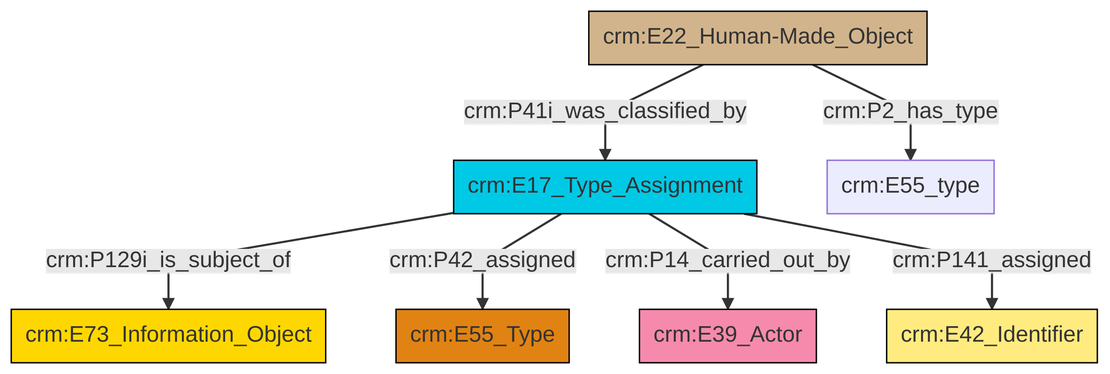
This is et/builtWorkCSV/ttl/mmd/png/Built_Work_designation_status.png from swiss-art-research-net/reference-data-models, a Mermaid export, as it was before one commit. Its source is kept beside it as et/builtWorkCSV/ttl/mmd/Built_Work_designation_status.ttl.mmd.
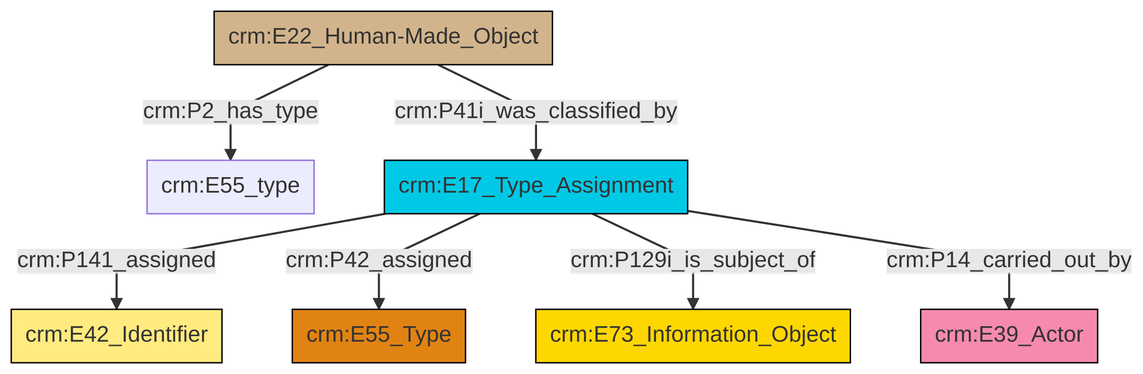
After the commit.

The edit, as a diff of the source:
```diff
@@ -13,9 +13,9 @@
 classDef PC_Classes fill:#4ce600, stroke:#000000;
 classDef Multi fill:#cccccc,stroke:#000000;
 
-4["crm:E17_Type_Assignment"]:::Temporal_Entity -->|crm:P129i_is_subject_of| 0["crm:E73_Information_Object"]:::Conceptual_Object
-4["crm:E17_Type_Assignment"]:::Temporal_Entity -->|crm:P42_assigned| 2["crm:E55_Type"]:::Type
-8["crm:E22_Human-Made_Object"]:::Physical_Thing -->|crm:P2_has_type| 9["crm:E55_type"]:::Default
-4["crm:E17_Type_Assignment"]:::Temporal_Entity -->|crm:P14_carried_out_by| 6["crm:E39_Actor"]:::Actor
-8["crm:E22_Human-Made_Object"]:::Physical_Thing -->|crm:P41i_was_classified_by| 4["crm:E17_Type_Assignment"]:::Temporal_Entity
-4["crm:E17_Type_Assignment"]:::Temporal_Entity -->|crm:P141_assigned| 12["crm:E42_Identifier"]:::Appellation
+2["crm:E22_Human-Made_Object"]:::Physical_Thing -->|crm:P2_has_type| 3["crm:E55_type"]:::Default
+4["crm:E17_Type_Assignment"]:::Temporal_Entity -->|crm:P141_assigned| 0["crm:E42_Identifier"]:::Appellation
+2["crm:E22_Human-Made_Object"]:::Physical_Thing -->|crm:P41i_was_classified_by| 4["crm:E17_Type_Assignment"]:::Temporal_Entity
+4["crm:E17_Type_Assignment"]:::Temporal_Entity -->|crm:P42_assigned| 5["crm:E55_Type"]:::Type
+4["crm:E17_Type_Assignment"]:::Temporal_Entity -->|crm:P129i_is_subject_of| 6["crm:E73_Information_Object"]:::Conceptual_Object
+4["crm:E17_Type_Assignment"]:::Temporal_Entity -->|crm:P14_carried_out_by| 10["crm:E39_Actor"]:::Actor
```
